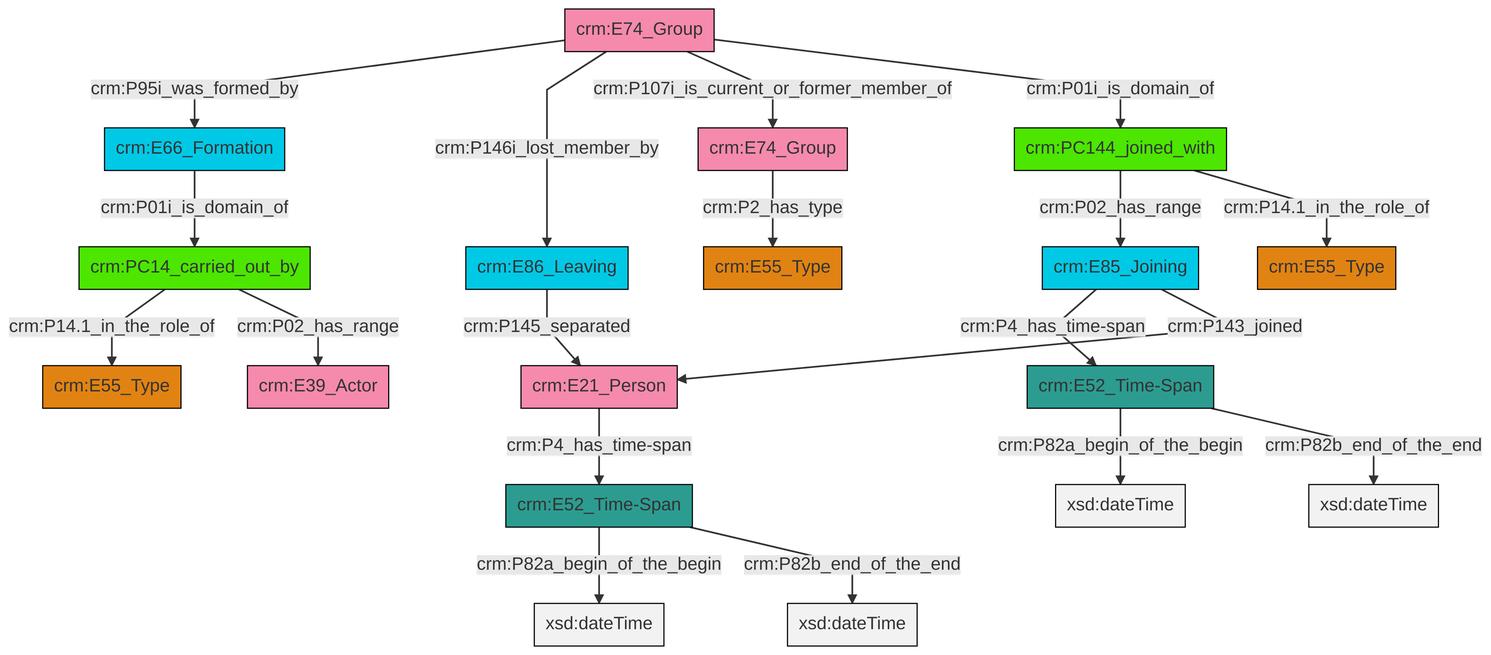
Before: et/groupCSV/ttl/mmd/png/group_actor_relations.png, a diagram exported from Mermaid (swiss-art-research-net/docs.swissartresearch). Its source is kept beside it as et/groupCSV/ttl/mmd/group_actor_relations.ttl.mmd.
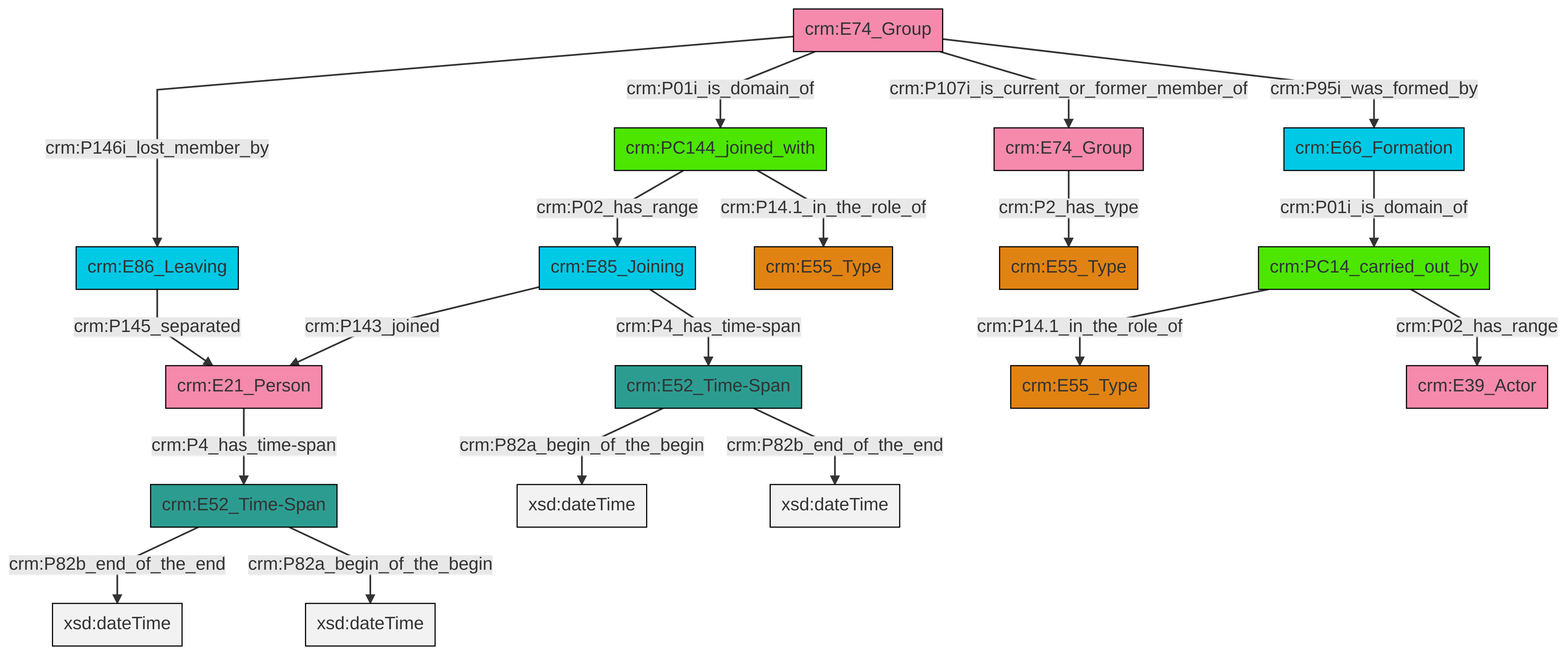
Above is the later version.

Diff of the diagram source:
```diff
@@ -13,21 +13,21 @@
 classDef PC_Classes fill:#4ce600, stroke:#000000;
 classDef Multi fill:#cccccc,stroke:#000000;
 
-8["crm:E74_Group"]:::Actor -->|crm:P95i_was_formed_by| 6["crm:E66_Formation"]:::Temporal_Entity
-13["crm:PC14_carried_out_by"]:::PC_Classes -->|crm:P14.1_in_the_role_of| 0["crm:E55_Type"]:::Type
-16["crm:E85_Joining"]:::Temporal_Entity -->|crm:P4_has_time-span| 17["crm:E52_Time-Span"]:::Time-Span
-17["crm:E52_Time-Span"]:::Time-Span -->|crm:P82a_begin_of_the_begin| 18[xsd:dateTime]:::Literal
-2["crm:PC144_joined_with"]:::PC_Classes -->|crm:P02_has_range| 16["crm:E85_Joining"]:::Temporal_Entity
-8["crm:E74_Group"]:::Actor -->|crm:P146i_lost_member_by| 21["crm:E86_Leaving"]:::Temporal_Entity
-21["crm:E86_Leaving"]:::Temporal_Entity -->|crm:P145_separated| 4["crm:E21_Person"]:::Actor
-17["crm:E52_Time-Span"]:::Time-Span -->|crm:P82b_end_of_the_end| 23[xsd:dateTime]:::Literal
-9["crm:E52_Time-Span"]:::Time-Span -->|crm:P82a_begin_of_the_begin| 24[xsd:dateTime]:::Literal
-8["crm:E74_Group"]:::Actor -->|crm:P107i_is_current_or_former_member_of| 30["crm:E74_Group"]:::Actor
-13["crm:PC14_carried_out_by"]:::PC_Classes -->|crm:P02_has_range| 28["crm:E39_Actor"]:::Actor
-2["crm:PC144_joined_with"]:::PC_Classes -->|crm:P14.1_in_the_role_of| 26["crm:E55_Type"]:::Type
-6["crm:E66_Formation"]:::Temporal_Entity -->|crm:P01i_is_domain_of| 13["crm:PC14_carried_out_by"]:::PC_Classes
-9["crm:E52_Time-Span"]:::Time-Span -->|crm:P82b_end_of_the_end| 32[xsd:dateTime]:::Literal
-30["crm:E74_Group"]:::Actor -->|crm:P2_has_type| 11["crm:E55_Type"]:::Type
-16["crm:E85_Joining"]:::Temporal_Entity -->|crm:P143_joined| 4["crm:E21_Person"]:::Actor
-4["crm:E21_Person"]:::Actor -->|crm:P4_has_time-span| 9["crm:E52_Time-Span"]:::Time-Span
-8["crm:E74_Group"]:::Actor -->|crm:P01i_is_domain_of| 2["crm:PC144_joined_with"]:::PC_Classes
+0["crm:E52_Time-Span"]:::Time-Span -->|crm:P82a_begin_of_the_begin| 1[xsd:dateTime]:::Literal
+2["crm:E74_Group"]:::Actor -->|crm:P146i_lost_member_by| 3["crm:E86_Leaving"]:::Temporal_Entity
+6["crm:E85_Joining"]:::Temporal_Entity -->|crm:P143_joined| 7["crm:E21_Person"]:::Actor
+2["crm:E74_Group"]:::Actor -->|crm:P01i_is_domain_of| 8["crm:PC144_joined_with"]:::PC_Classes
+6["crm:E85_Joining"]:::Temporal_Entity -->|crm:P4_has_time-span| 0["crm:E52_Time-Span"]:::Time-Span
+8["crm:PC144_joined_with"]:::PC_Classes -->|crm:P02_has_range| 6["crm:E85_Joining"]:::Temporal_Entity
+17["crm:E52_Time-Span"]:::Time-Span -->|crm:P82b_end_of_the_end| 18[xsd:dateTime]:::Literal
+8["crm:PC144_joined_with"]:::PC_Classes -->|crm:P14.1_in_the_role_of| 19["crm:E55_Type"]:::Type
+17["crm:E52_Time-Span"]:::Time-Span -->|crm:P82a_begin_of_the_begin| 23[xsd:dateTime]:::Literal
+24["crm:E66_Formation"]:::Temporal_Entity -->|crm:P01i_is_domain_of| 25["crm:PC14_carried_out_by"]:::PC_Classes
+7["crm:E21_Person"]:::Actor -->|crm:P4_has_time-span| 17["crm:E52_Time-Span"]:::Time-Span
+3["crm:E86_Leaving"]:::Temporal_Entity -->|crm:P145_separated| 7["crm:E21_Person"]:::Actor
+28["crm:E74_Group"]:::Actor -->|crm:P2_has_type| 15["crm:E55_Type"]:::Type
+2["crm:E74_Group"]:::Actor -->|crm:P107i_is_current_or_former_member_of| 28["crm:E74_Group"]:::Actor
+0["crm:E52_Time-Span"]:::Time-Span -->|crm:P82b_end_of_the_end| 29[xsd:dateTime]:::Literal
+25["crm:PC14_carried_out_by"]:::PC_Classes -->|crm:P14.1_in_the_role_of| 13["crm:E55_Type"]:::Type
+2["crm:E74_Group"]:::Actor -->|crm:P95i_was_formed_by| 24["crm:E66_Formation"]:::Temporal_Entity
+25["crm:PC14_carried_out_by"]:::PC_Classes -->|crm:P02_has_range| 4["crm:E39_Actor"]:::Actor
```
